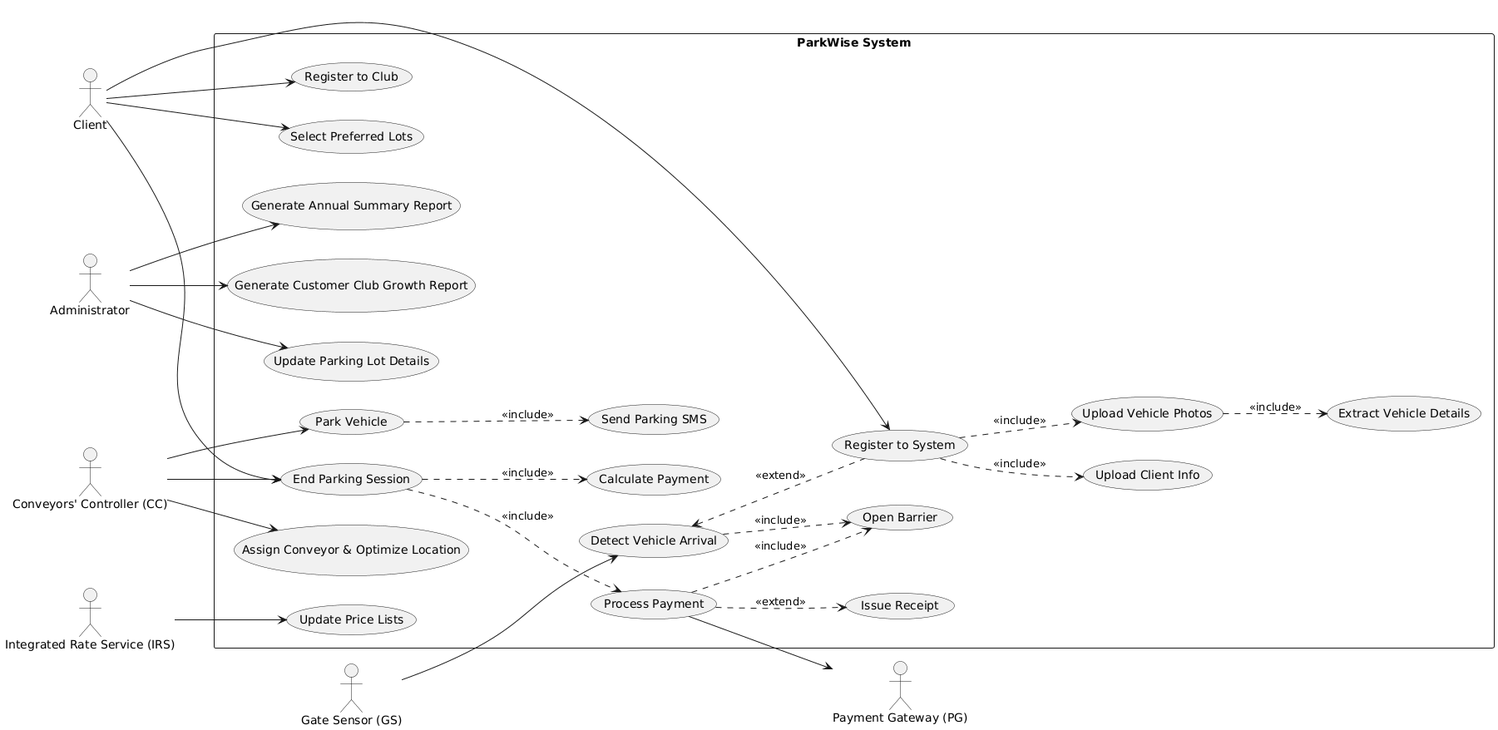
This is ex1_solution_2026_Ascendant/parkwise use case diagram final_2026_Ascendant.png from lanashmuz/Ascendant, a PlantUML export, as it was before one commit. Source of this version:
```plantuml
@startuml
left to right direction
skinparam packageStyle rectangle

actor "Client" as client
actor "Administrator" as admin
actor "Gate Sensor (GS)" as gs
actor "Conveyors' Controller (CC)" as cc
actor "Payment Gateway (PG)" as pg
actor "Integrated Rate Service (IRS)" as irs

rectangle "ParkWise System" {

    usecase "Update Parking Lot Details" as UC_UpdateLot
    usecase "Generate Annual Summary Report" as UC_ReportAnnual
    usecase "Generate Customer Club Growth Report" as UC_ReportClub

    usecase "Detect Vehicle Arrival" as UC_DetectArrival
    usecase "Open Barrier" as UC_OpenBarrier

    usecase "Register to System" as UC_Register
    usecase "Upload Client Info" as UC_ClientInfo
    usecase "Upload Vehicle Photos" as UC_UploadPhotos
    usecase "Extract Vehicle Details" as UC_ExtractDetails

    usecase "Assign Conveyor & Optimize Location" as UC_Optimize
    usecase "Park Vehicle" as UC_ParkVehicle
    usecase "Send Parking SMS" as UC_SMS

    usecase "End Parking Session" as UC_EndParking
    usecase "Calculate Payment" as UC_CalcPay
    usecase "Process Payment" as UC_ProcessPay
    usecase "Issue Receipt" as UC_Receipt

    usecase "Register to Club" as UC_JoinClub
    usecase "Select Preferred Lots" as UC_SelectLots
    usecase "Update Price Lists" as UC_UpdatePrices

    admin --> UC_UpdateLot
    admin --> UC_ReportAnnual
    admin --> UC_ReportClub

    gs --> UC_DetectArrival
    UC_DetectArrival ..> UC_OpenBarrier : <<include>>
    UC_DetectArrival <.. UC_Register : <<extend>>

    client --> UC_Register
    UC_Register ..> UC_ClientInfo : <<include>>
    UC_Register ..> UC_UploadPhotos : <<include>>
    UC_UploadPhotos ..> UC_ExtractDetails : <<include>>

    cc --> UC_Optimize
    cc --> UC_ParkVehicle
    UC_ParkVehicle ..> UC_SMS : <<include>>

    client --> UC_EndParking
    cc --> UC_EndParking

    UC_EndParking ..> UC_CalcPay : <<include>>
    UC_EndParking ..> UC_ProcessPay : <<include>>
    UC_ProcessPay --> pg
    UC_ProcessPay ..> UC_Receipt : <<extend>>
    UC_ProcessPay ..> UC_OpenBarrier : <<include>>

    client --> UC_JoinClub
    client --> UC_SelectLots

    irs --> UC_UpdatePrices
}
@enduml
```
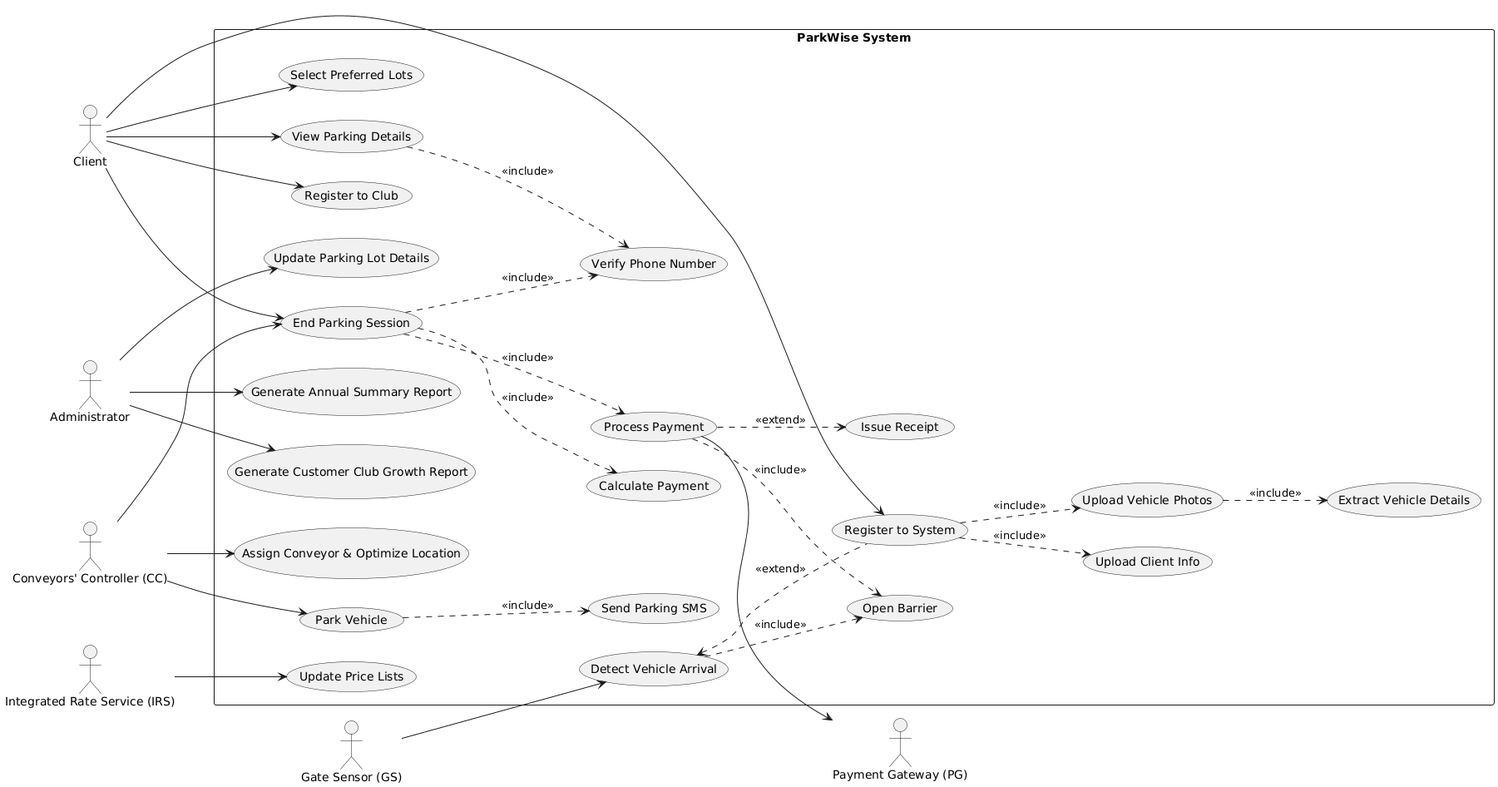
Above is the later version.

Diff of the diagram source:
```diff
@@ -27,7 +27,10 @@
     usecase "Park Vehicle" as UC_ParkVehicle
     usecase "Send Parking SMS" as UC_SMS
 
+    usecase "View Parking Details" as UC_ViewDetails
     usecase "End Parking Session" as UC_EndParking
+    usecase "Verify Phone Number" as UC_VerifyPhone
+
     usecase "Calculate Payment" as UC_CalcPay
     usecase "Process Payment" as UC_ProcessPay
     usecase "Issue Receipt" as UC_Receipt
@@ -53,11 +56,16 @@
     cc --> UC_ParkVehicle
     UC_ParkVehicle ..> UC_SMS : <<include>>
 
+    client --> UC_ViewDetails
+    UC_ViewDetails ..> UC_VerifyPhone : <<include>>
+
     client --> UC_EndParking
     cc --> UC_EndParking
 
+    UC_EndParking ..> UC_VerifyPhone : <<include>>
     UC_EndParking ..> UC_CalcPay : <<include>>
     UC_EndParking ..> UC_ProcessPay : <<include>>
+
     UC_ProcessPay --> pg
     UC_ProcessPay ..> UC_Receipt : <<extend>>
     UC_ProcessPay ..> UC_OpenBarrier : <<include>>
```
